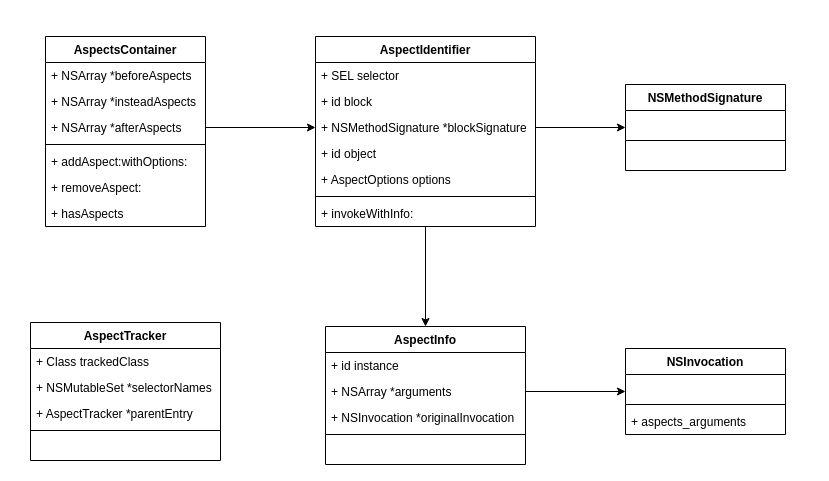
Earlier version of the draw.io diagram aspects.drawio (baochuquan/drawio). Source tidied: cells renumbered, new cells numbered last; positions are measured from the earlier drawing's top-left corner, leaving out a move shared by most shapes. Both pictures are drawn from the tidied source at 100%, with x=0, y=0 at pixel (30, 36).
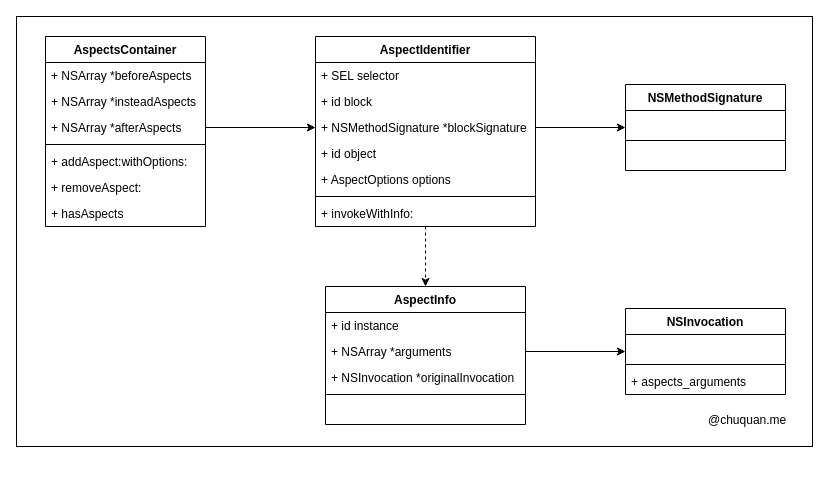
The same page after the edit.

Unchanged cells that the change refers to:
```xml
<mxCell id="9" value="AspectIdentifier" style="swimlane;fontStyle=1;align=center;verticalAlign=top;horizontal=1;startSize=26;" parent="1" vertex="1">
  <mxGeometry x="285" width="220" height="190" as="geometry" />
</mxCell>
```

The edit, as a diff of the source:
```diff
@@
     <mxCell id="2" value="AspectInfo" style="swimlane;fontStyle=1;align=center;verticalAlign=top;horizontal=1;startSize=26;" parent="1" vertex="1">
-      <mxGeometry x="295" y="290" width="200" height="138" as="geometry" />
+      <mxGeometry x="295" y="250" width="200" height="138" as="geometry" />
     </mxCell>
@@
-    <mxCell id="8" style="edgeStyle=orthogonalEdgeStyle;rounded=0;jettySize=auto;html=1;entryX=0.5;entryY=0;entryDx=0;entryDy=0;" parent="1" edge="1" source="9" target="2">
+    <mxCell id="8" style="edgeStyle=orthogonalEdgeStyle;rounded=0;jettySize=auto;html=1;entryX=0.5;entryY=0;entryDx=0;entryDy=0;dashed=1;" parent="1" edge="1" source="9" target="2">
       <mxGeometry relative="1" as="geometry" />
     </mxCell>
@@
-    <mxCell id="25" value="AspectTracker" style="swimlane;fontStyle=1;align=center;verticalAlign=top;horizontal=1;startSize=26;" parent="1" vertex="1">
-      <mxGeometry y="286" width="190" height="138" as="geometry" />
-    </mxCell>
-    <mxCell id="26" value="+ Class trackedClass" style="text;strokeColor=none;fillColor=none;align=left;verticalAlign=top;spacingLeft=4;spacingRight=4;overflow=hidden;" parent="25" vertex="1">
-      <mxGeometry y="26" width="190" height="26" as="geometry" />
-    </mxCell>
-    <mxCell id="27" value="+ NSMutableSet *selectorNames" style="text;strokeColor=none;fillColor=none;align=left;verticalAlign=top;spacingLeft=4;spacingRight=4;overflow=hidden;" parent="25" vertex="1">
-      <mxGeometry y="52" width="190" height="26" as="geometry" />
-    </mxCell>
-    <mxCell id="28" value="+ AspectTracker *parentEntry" style="text;strokeColor=none;fillColor=none;align=left;verticalAlign=top;spacingLeft=4;spacingRight=4;overflow=hidden;" parent="25" vertex="1">
-      <mxGeometry y="78" width="190" height="26" as="geometry" />
-    </mxCell>
-    <mxCell id="29" style="line;strokeWidth=1;fillColor=none;align=left;verticalAlign=middle;spacingTop=-1;spacingLeft=3;spacingRight=3;labelPosition=right;" parent="25" vertex="1">
-      <mxGeometry y="104" width="190" height="8" as="geometry" />
-    </mxCell>
-    <mxCell id="30" value=" " style="text;strokeColor=none;fillColor=none;align=left;verticalAlign=top;spacingLeft=4;spacingRight=4;overflow=hidden;" parent="25" vertex="1">
-      <mxGeometry y="112" width="190" height="26" as="geometry" />
-    </mxCell>
@@
     <mxCell id="32" value="NSInvocation" style="swimlane;fontStyle=1;align=center;verticalAlign=top;horizontal=1;startSize=26;" parent="1" vertex="1">
-      <mxGeometry x="595" y="312" width="160" height="86" as="geometry" />
+      <mxGeometry x="595" y="272" width="160" height="86" as="geometry" />
     </mxCell>
@@
+    <mxCell id="42" value="@chuquan.me" style="text;strokeColor=none;fillColor=none;align=left;verticalAlign=top;spacingLeft=4;spacingRight=4;overflow=hidden;" parent="1" vertex="1">
+      <mxGeometry x="672" y="370" width="90" height="26" as="geometry" />
+    </mxCell>
+    <mxCell id="43" style="rounded=0;whiteSpace=wrap;html=1;fillColor=none;" parent="1" vertex="1">
+      <mxGeometry x="-14" y="-20" width="796" height="430" as="geometry" />
+    </mxCell>
```
